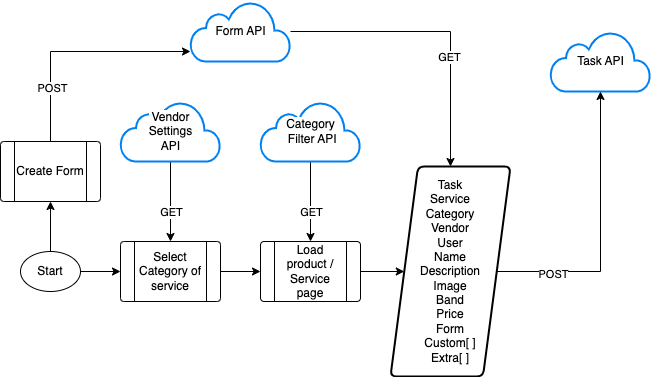
EpicAp-AppinApp/.github keeps this draw.io diagram as task&form&category.drawio.png. Above is the earlier version. Source tidied: cells renumbered, new cells last; positions are measured from the earlier drawing's top-left corner, leaving out a move shared by most shapes. Its diagram source:
```xml
<mxGraphModel>
  <root>
    <mxCell id="0" />
    <mxCell id="1" parent="0" />
    <mxCell id="2" value="Task API" style="html=1;verticalLabelPosition=middle;align=center;labelBackgroundColor=#ffffff;verticalAlign=middle;strokeWidth=2;strokeColor=#0080F0;shadow=0;dashed=0;shape=mxgraph.ios7.icons.cloud;labelPosition=center;" parent="1" vertex="1">
      <mxGeometry x="550" y="30" width="100" height="60" as="geometry" />
    </mxCell>
    <mxCell id="3" style="edgeStyle=orthogonalEdgeStyle;rounded=0;jettySize=auto;html=1;" parent="1" edge="1" source="5" target="18">
      <mxGeometry relative="1" as="geometry" />
    </mxCell>
    <mxCell id="4" value="GET" style="edgeLabel;html=1;align=center;verticalAlign=middle;" parent="3" vertex="1">
      <mxGeometry x="0.26" y="-2" relative="1" as="geometry" />
    </mxCell>
    <mxCell id="5" value="Form API" style="html=1;verticalLabelPosition=middle;align=center;labelBackgroundColor=#ffffff;verticalAlign=middle;strokeWidth=2;strokeColor=#0080F0;shadow=0;dashed=0;shape=mxgraph.ios7.icons.cloud;labelPosition=center;" parent="1" vertex="1">
      <mxGeometry x="190" width="100" height="60" as="geometry" />
    </mxCell>
    <mxCell id="6" style="edgeStyle=orthogonalEdgeStyle;rounded=0;jettySize=auto;html=1;" parent="1" edge="1" source="8" target="15">
      <mxGeometry relative="1" as="geometry" />
    </mxCell>
    <mxCell id="7" value="GET" style="edgeLabel;html=1;align=center;verticalAlign=middle;" parent="6" vertex="1">
      <mxGeometry x="0.54" y="3" relative="1" as="geometry">
        <mxPoint x="-3" y="-12" as="offset" />
      </mxGeometry>
    </mxCell>
    <mxCell id="8" value="Category&lt;br&gt;&amp;nbsp;Filter API" style="html=1;verticalLabelPosition=middle;align=center;labelBackgroundColor=#ffffff;verticalAlign=middle;strokeWidth=2;strokeColor=#0080F0;shadow=0;dashed=0;shape=mxgraph.ios7.icons.cloud;labelPosition=center;" parent="1" vertex="1">
      <mxGeometry x="260" y="100" width="100" height="60" as="geometry" />
    </mxCell>
    <mxCell id="9" style="edgeStyle=orthogonalEdgeStyle;rounded=0;jettySize=auto;html=1;" parent="1" edge="1" source="11" target="13">
      <mxGeometry relative="1" as="geometry" />
    </mxCell>
    <mxCell id="10" style="edgeStyle=orthogonalEdgeStyle;rounded=0;jettySize=auto;html=1;" parent="1" edge="1" source="11" target="21">
      <mxGeometry relative="1" as="geometry" />
    </mxCell>
    <mxCell id="11" value="Start" style="ellipse;whiteSpace=wrap;html=1;" parent="1" vertex="1">
      <mxGeometry x="20" y="250" width="60" height="40" as="geometry" />
    </mxCell>
    <mxCell id="12" style="edgeStyle=orthogonalEdgeStyle;rounded=0;jettySize=auto;html=1;" parent="1" edge="1" source="13" target="15">
      <mxGeometry relative="1" as="geometry" />
    </mxCell>
    <mxCell id="13" value="Select Category of service" style="verticalLabelPosition=middle;verticalAlign=middle;html=1;shape=process;whiteSpace=wrap;rounded=1;size=0.14;arcSize=6;labelPosition=center;align=center;" parent="1" vertex="1">
      <mxGeometry x="120" y="240" width="100" height="60" as="geometry" />
    </mxCell>
    <mxCell id="14" style="edgeStyle=orthogonalEdgeStyle;rounded=0;jettySize=auto;html=1;" parent="1" edge="1" source="15" target="18">
      <mxGeometry relative="1" as="geometry" />
    </mxCell>
    <mxCell id="15" value="Load product / Service page" style="verticalLabelPosition=middle;verticalAlign=middle;html=1;shape=process;whiteSpace=wrap;rounded=1;size=0.14;arcSize=6;labelPosition=center;align=center;" parent="1" vertex="1">
      <mxGeometry x="260" y="240" width="100" height="60" as="geometry" />
    </mxCell>
    <mxCell id="16" style="edgeStyle=orthogonalEdgeStyle;rounded=0;jettySize=auto;html=1;" parent="1" edge="1" source="18" target="2">
      <mxGeometry relative="1" as="geometry" />
    </mxCell>
    <mxCell id="17" value="POST" style="edgeLabel;html=1;align=center;verticalAlign=middle;" parent="16" vertex="1">
      <mxGeometry x="-0.61" y="-2" relative="1" as="geometry" />
    </mxCell>
    <mxCell id="18" value="Task&lt;br&gt;Service&lt;br&gt;Category&lt;br&gt;Vendor&lt;br&gt;User&lt;br&gt;Name&lt;br&gt;Description&lt;br&gt;Image&lt;br&gt;Band&lt;br&gt;Price&lt;br&gt;Form&lt;br&gt;Custom[ ]&lt;br&gt;Extra[ ]" style="shape=parallelogram;html=1;strokeWidth=2;perimeter=parallelogramPerimeter;whiteSpace=wrap;rounded=1;arcSize=12;size=0.23;" parent="1" vertex="1">
      <mxGeometry x="390" y="165" width="120" height="210" as="geometry" />
    </mxCell>
    <mxCell id="19" style="edgeStyle=orthogonalEdgeStyle;rounded=0;jettySize=auto;html=1;" parent="1" edge="1" source="21" target="5">
      <mxGeometry relative="1" as="geometry">
        <Array as="points">
          <mxPoint x="50" y="50" />
        </Array>
      </mxGeometry>
    </mxCell>
    <mxCell id="20" value="POST" style="edgeLabel;html=1;align=center;verticalAlign=middle;" parent="19" vertex="1">
      <mxGeometry x="-0.53" y="-1" relative="1" as="geometry" />
    </mxCell>
    <mxCell id="21" value="Create Form" style="verticalLabelPosition=middle;verticalAlign=middle;html=1;shape=process;whiteSpace=wrap;rounded=1;size=0.14;arcSize=6;labelPosition=center;align=center;" parent="1" vertex="1">
      <mxGeometry y="140" width="100" height="60" as="geometry" />
    </mxCell>
    <mxCell id="22" style="edgeStyle=orthogonalEdgeStyle;rounded=0;jettySize=auto;html=1;" parent="1" edge="1" source="24" target="13">
      <mxGeometry relative="1" as="geometry">
        <Array as="points">
          <mxPoint x="170" y="150" />
          <mxPoint x="170" y="150" />
        </Array>
      </mxGeometry>
    </mxCell>
    <mxCell id="23" value="GET" style="edgeLabel;html=1;align=center;verticalAlign=middle;" parent="22" vertex="1">
      <mxGeometry x="0.74" y="-2" relative="1" as="geometry">
        <mxPoint x="2" y="-19" as="offset" />
      </mxGeometry>
    </mxCell>
    <mxCell id="24" value="Vendor &lt;br&gt;Settings&lt;br&gt;API" style="html=1;verticalLabelPosition=middle;align=center;labelBackgroundColor=#ffffff;verticalAlign=middle;strokeWidth=2;strokeColor=#0080F0;shadow=0;dashed=0;shape=mxgraph.ios7.icons.cloud;labelPosition=center;" parent="1" vertex="1">
      <mxGeometry x="120" y="100" width="100" height="60" as="geometry" />
    </mxCell>
  </root>
</mxGraphModel>
```
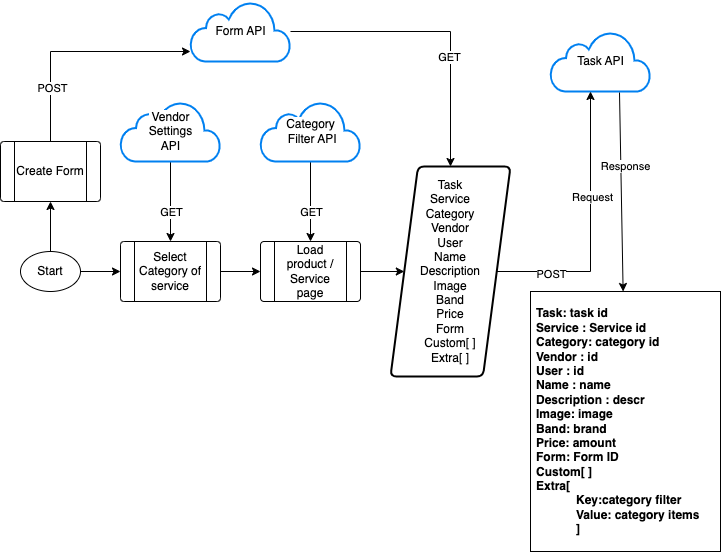
After the change.

The edit, as a diff of the source:
```diff
@@ -47,11 +47,18 @@
       <mxGeometry x="260" y="240" width="100" height="60" as="geometry" />
     </mxCell>
     <mxCell id="16" style="edgeStyle=orthogonalEdgeStyle;rounded=0;jettySize=auto;html=1;" parent="1" edge="1" source="18" target="2">
-      <mxGeometry relative="1" as="geometry" />
+      <mxGeometry relative="1" as="geometry">
+        <Array as="points">
+          <mxPoint x="590" y="270" />
+        </Array>
+      </mxGeometry>
     </mxCell>
     <mxCell id="17" value="POST" style="edgeLabel;html=1;align=center;verticalAlign=middle;" parent="16" vertex="1">
       <mxGeometry x="-0.61" y="-2" relative="1" as="geometry" />
     </mxCell>
+    <mxCell id="25" value="Request" style="edgeLabel;html=1;align=center;verticalAlign=middle;" parent="16" vertex="1">
+      <mxGeometry x="0.22" y="-1" relative="1" as="geometry" />
+    </mxCell>
     <mxCell id="18" value="Task&lt;br&gt;Service&lt;br&gt;Category&lt;br&gt;Vendor&lt;br&gt;User&lt;br&gt;Name&lt;br&gt;Description&lt;br&gt;Image&lt;br&gt;Band&lt;br&gt;Price&lt;br&gt;Form&lt;br&gt;Custom[ ]&lt;br&gt;Extra[ ]" style="shape=parallelogram;html=1;strokeWidth=2;perimeter=parallelogramPerimeter;whiteSpace=wrap;rounded=1;arcSize=12;size=0.23;" parent="1" vertex="1">
       <mxGeometry x="390" y="165" width="120" height="210" as="geometry" />
     </mxCell>
@@ -84,5 +91,16 @@
     <mxCell id="24" value="Vendor &lt;br&gt;Settings&lt;br&gt;API" style="html=1;verticalLabelPosition=middle;align=center;labelBackgroundColor=#ffffff;verticalAlign=middle;strokeWidth=2;strokeColor=#0080F0;shadow=0;dashed=0;shape=mxgraph.ios7.icons.cloud;labelPosition=center;" parent="1" vertex="1">
       <mxGeometry x="120" y="100" width="100" height="60" as="geometry" />
     </mxCell>
+    <mxCell id="26" value="Task: task id&lt;br&gt;Service : Service id&lt;br&gt;Category: category id&lt;br&gt;Vendor : id&lt;br style=&quot;border-color: var(--border-color); text-align: center;&quot;&gt;&lt;span style=&quot;text-align: center;&quot;&gt;User : id&lt;/span&gt;&lt;br style=&quot;border-color: var(--border-color); text-align: center;&quot;&gt;&lt;span style=&quot;text-align: center;&quot;&gt;Name : name&lt;/span&gt;&lt;br style=&quot;border-color: var(--border-color); text-align: center;&quot;&gt;&lt;span style=&quot;text-align: center;&quot;&gt;Description : descr&lt;/span&gt;&lt;br style=&quot;border-color: var(--border-color); text-align: center;&quot;&gt;&lt;span style=&quot;text-align: center;&quot;&gt;Image: image&lt;/span&gt;&lt;br style=&quot;border-color: var(--border-color); text-align: center;&quot;&gt;&lt;span style=&quot;text-align: center;&quot;&gt;Band: brand&lt;/span&gt;&lt;br style=&quot;border-color: var(--border-color); text-align: center;&quot;&gt;&lt;span style=&quot;text-align: center;&quot;&gt;Price: amount&lt;/span&gt;&lt;br style=&quot;border-color: var(--border-color); text-align: center;&quot;&gt;&lt;span style=&quot;text-align: center;&quot;&gt;Form: Form ID&lt;/span&gt;&lt;br style=&quot;border-color: var(--border-color); text-align: center;&quot;&gt;&lt;span style=&quot;text-align: center;&quot;&gt;Custom[ ]&lt;/span&gt;&lt;br style=&quot;border-color: var(--border-color); text-align: center;&quot;&gt;&lt;span style=&quot;text-align: center;&quot;&gt;Extra[ &lt;br&gt;&lt;/span&gt;&lt;blockquote style=&quot;margin: 0 0 0 40px; border: none; padding: 0px;&quot;&gt;&lt;span style=&quot;text-align: center;&quot;&gt;Key:category filter&lt;br&gt;&lt;/span&gt;&lt;span style=&quot;text-align: center;&quot;&gt;Value: category items&lt;br&gt;&lt;/span&gt;&lt;span style=&quot;text-align: center;&quot;&gt;]&lt;/span&gt;&lt;/blockquote&gt;" style="text;align=left;verticalAlign=middle;spacingLeft=4;spacingRight=4;overflow=hidden;points=[[0,0.5],[1,0.5]];portConstraint=eastwest;whiteSpace=wrap;html=1;fontStyle=1;fillColor=default;gradientColor=none;strokeColor=default;" parent="1" vertex="1">
+      <mxGeometry x="530" y="290" width="190" height="260" as="geometry" />
+    </mxCell>
+    <mxCell id="27" style="endArrow=classic;html=1;rounded=0;exitX=0.69;exitY=1.017;exitDx=0;exitDy=0;exitPerimeter=0;" parent="1" edge="1" source="2" target="26">
+      <mxGeometry relative="1" as="geometry" />
+    </mxCell>
+    <mxCell id="28" value="Response" style="edgeLabel;html=1;align=center;verticalAlign=middle;" parent="27" vertex="1">
+      <mxGeometry x="0.02" y="4" relative="1" as="geometry">
+        <mxPoint y="-27" as="offset" />
+      </mxGeometry>
+    </mxCell>
   </root>
 </mxGraphModel>
```
